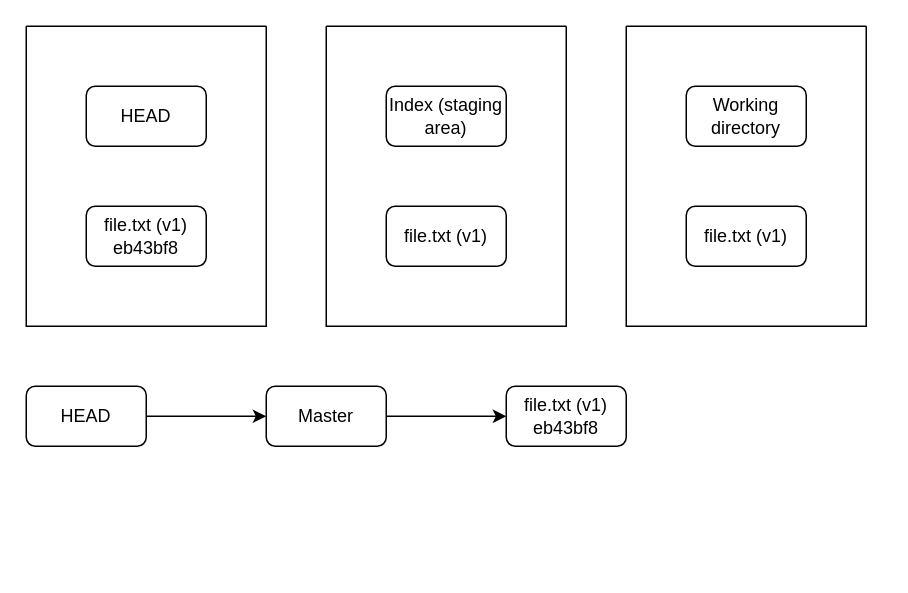
This is img/git/git4.drawio from riehseun/riehseun.github.io, a draw.io file, before an edit. Source tidied: cells renumbered, new cells numbered last; positions are measured from the earlier drawing's top-left corner, leaving out a move shared by most shapes. Both pictures are drawn from the tidied source at 150%, with x=0, y=0 at pixel (26, 26).
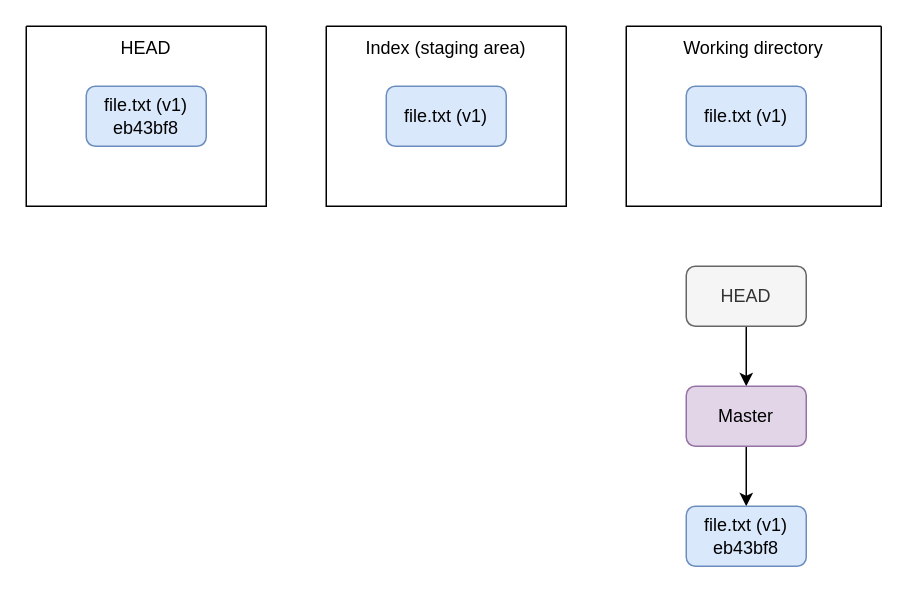
After the change.

Change to the diagram source:
```diff
@@
 <mxGraphModel>
   <root>
     <mxCell id="0" />
     <mxCell id="1" parent="0" />
-    <mxCell id="2" value="HEAD" style="rounded=1;whiteSpace=wrap;html=1;" parent="1" vertex="1">
-      <mxGeometry x="40" y="40" width="80" height="40" as="geometry" />
-    </mxCell>
     <mxCell id="3" style="swimlane;startSize=0;" parent="1" vertex="1">
-      <mxGeometry width="160" height="200" as="geometry" />
+      <mxGeometry width="160" height="120" as="geometry" />
     </mxCell>
-    <mxCell id="4" value="file.txt (v1)&lt;div&gt;eb43bf8&lt;/div&gt;" style="rounded=1;whiteSpace=wrap;html=1;" parent="3" vertex="1">
-      <mxGeometry x="40" y="120" width="80" height="40" as="geometry" />
+    <mxCell id="4" value="file.txt (v1) eb43bf8" style="rounded=1;whiteSpace=wrap;html=1;fillColor=#dae8fc;strokeColor=#6c8ebf;" parent="3" vertex="1">
+      <mxGeometry x="40" y="40" width="80" height="40" as="geometry" />
     </mxCell>
+    <mxCell id="2" value="HEAD" style="text;html=1;align=center;verticalAlign=middle;whiteSpace=wrap;rounded=0;" parent="3" vertex="1">
+      <mxGeometry width="160" height="30" as="geometry" />
+    </mxCell>
     <mxCell id="5" style="swimlane;startSize=0;" parent="1" vertex="1">
-      <mxGeometry x="200" width="160" height="200" as="geometry" />
+      <mxGeometry x="200" width="160" height="120" as="geometry" />
     </mxCell>
+    <mxCell id="7" value="file.txt (v1&lt;span style=&quot;background-color: initial;&quot;&gt;)&lt;/span&gt;" style="rounded=1;whiteSpace=wrap;html=1;fillColor=#dae8fc;strokeColor=#6c8ebf;" parent="5" vertex="1">
+      <mxGeometry x="40" y="40" width="80" height="40" as="geometry" />
+    </mxCell>
-    <mxCell id="6" value="Index (staging area)" style="rounded=1;whiteSpace=wrap;html=1;" parent="5" vertex="1">
-      <mxGeometry x="40" y="40" width="80" height="40" as="geometry" />
+    <mxCell id="6" value="Index (staging area)" style="text;html=1;align=center;verticalAlign=middle;whiteSpace=wrap;rounded=0;" parent="5" vertex="1">
+      <mxGeometry width="160" height="30" as="geometry" />
     </mxCell>
-    <mxCell id="7" value="file.txt (v1)" style="rounded=1;whiteSpace=wrap;html=1;" parent="5" vertex="1">
-      <mxGeometry x="40" y="120" width="80" height="40" as="geometry" />
-    </mxCell>
     <mxCell id="8" style="swimlane;startSize=0;" parent="1" vertex="1">
-      <mxGeometry x="400" width="160" height="200" as="geometry" />
+      <mxGeometry x="400" width="170" height="120" as="geometry" />
     </mxCell>
+    <mxCell id="10" value="file.txt (v1)" style="rounded=1;whiteSpace=wrap;html=1;fillColor=#dae8fc;strokeColor=#6c8ebf;" parent="8" vertex="1">
+      <mxGeometry x="40" y="40" width="80" height="40" as="geometry" />
+    </mxCell>
-    <mxCell id="9" value="Working directory" style="rounded=1;whiteSpace=wrap;html=1;" parent="8" vertex="1">
-      <mxGeometry x="40" y="40" width="80" height="40" as="geometry" />
+    <mxCell id="9" value="Working directory" style="text;html=1;align=center;verticalAlign=middle;whiteSpace=wrap;rounded=0;" parent="8" vertex="1">
+      <mxGeometry width="170" height="30" as="geometry" />
     </mxCell>
-    <mxCell id="10" value="file.txt (v1)" style="rounded=1;whiteSpace=wrap;html=1;" parent="8" vertex="1">
-      <mxGeometry x="40" y="120" width="80" height="40" as="geometry" />
-    </mxCell>
-    <mxCell id="11" style="edgeStyle=orthogonalEdgeStyle;rounded=0;jettySize=auto;html=1;exitX=1;exitY=0.5;exitDx=0;exitDy=0;" parent="1" edge="1" source="12" target="14">
+    <mxCell id="11" style="edgeStyle=orthogonalEdgeStyle;rounded=0;jettySize=auto;html=1;exitX=0.5;exitY=1;exitDx=0;exitDy=0;entryX=0.5;entryY=0;entryDx=0;entryDy=0;" parent="1" edge="1" source="12" target="14">
       <mxGeometry relative="1" as="geometry" />
     </mxCell>
-    <mxCell id="12" value="HEAD" style="rounded=1;whiteSpace=wrap;html=1;" parent="1" vertex="1">
-      <mxGeometry y="240" width="80" height="40" as="geometry" />
+    <mxCell id="12" value="HEAD" style="rounded=1;whiteSpace=wrap;html=1;fillColor=#f5f5f5;fontColor=#333333;strokeColor=#666666;" parent="1" vertex="1">
+      <mxGeometry x="440" y="160" width="80" height="40" as="geometry" />
     </mxCell>
-    <mxCell id="13" style="edgeStyle=orthogonalEdgeStyle;rounded=0;jettySize=auto;html=1;exitX=1;exitY=0.5;exitDx=0;exitDy=0;entryX=0;entryY=0.5;entryDx=0;entryDy=0;" parent="1" edge="1" source="14" target="15">
-      <mxGeometry relative="1" as="geometry" />
-    </mxCell>
+    <mxCell id="16" style="edgeStyle=orthogonalEdgeStyle;rounded=0;jettySize=auto;html=1;exitX=0.5;exitY=1;exitDx=0;exitDy=0;entryX=0.5;entryY=0;entryDx=0;entryDy=0;" parent="1" edge="1" source="14">
+      <mxGeometry relative="1" as="geometry">
+        <mxPoint x="480" y="320" as="targetPoint" />
+      </mxGeometry>
+    </mxCell>
-    <mxCell id="14" value="Master" style="rounded=1;whiteSpace=wrap;html=1;" parent="1" vertex="1">
-      <mxGeometry x="160" y="240" width="80" height="40" as="geometry" />
+    <mxCell id="14" value="Master" style="rounded=1;whiteSpace=wrap;html=1;fillColor=#e1d5e7;strokeColor=#9673a6;" parent="1" vertex="1">
+      <mxGeometry x="440" y="240" width="80" height="40" as="geometry" />
     </mxCell>
-    <mxCell id="15" value="file.txt (v1)&lt;div&gt;eb43bf8&lt;/div&gt;" style="rounded=1;whiteSpace=wrap;html=1;" parent="1" vertex="1">
-      <mxGeometry x="320" y="240" width="80" height="40" as="geometry" />
+    <mxCell id="15" value="file.txt (v1)&lt;div&gt;eb43bf8&lt;/div&gt;" style="rounded=1;whiteSpace=wrap;html=1;fillColor=#dae8fc;strokeColor=#6c8ebf;" parent="1" vertex="1">
+      <mxGeometry x="440" y="320" width="80" height="40" as="geometry" />
     </mxCell>
   </root>
 </mxGraphModel>
```
